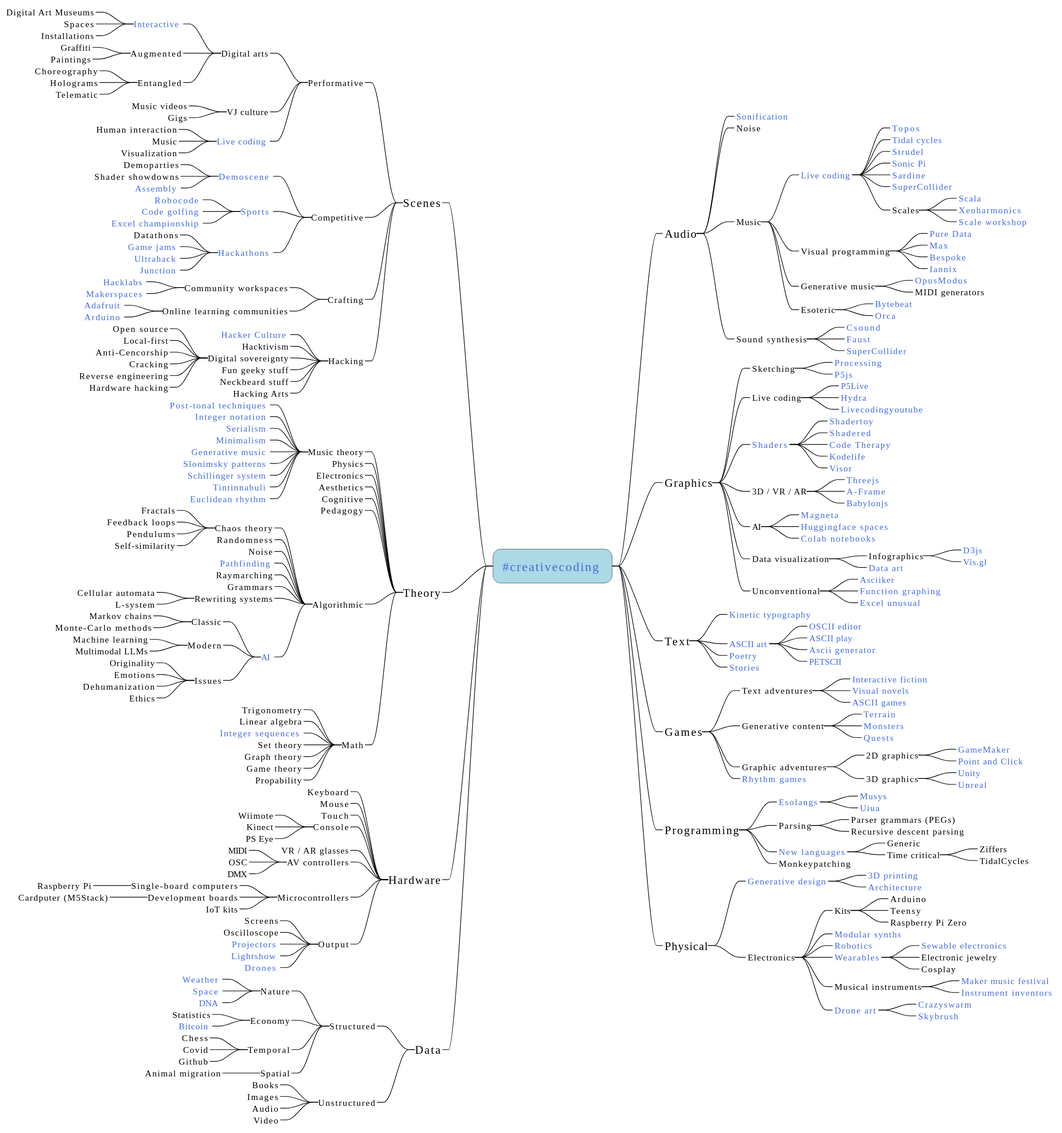
This is out/mindmap/mindmap.svg from amiika/creativecodingmindmap, a PlantUML export, as it was before one commit. Its diagram source:
```plantuml
@startmindmap
<style>
mindmapDiagram
{
  node {
    Margin 25
    Padding 15
    LineThickness 0.5
    FontName Consolas
  }
  node {
    :depth(0) {
      FontSize 20
    }
    :depth(1) {
      FontSize 18
    }
  }
  boxless {
    Margin 15
    FontColor Black
  }
  arrow {
    Maring 100
    LineStyle 0
    LineThickness 1.0
    LineColor Black
  }
  .center {
    HyperlinkColor RoyalBlue
    BackgroundColor lightblue
    HyperlinkUnderlineThickness 0
    HyperlinkUnderline false
  }
  .link {
    Padding 15
    HyperlinkColor RoyalBlue
    HyperlinkUnderlineThickness 0
    HyperlinkUnderline false
  }
}
</style>

skinparam svgLinkTarget _blank

* [[https://github.com/terkelg/awesome-creative-coding #creativecoding]] <<center>>

**_ Audio
***_ [[https://sonification.design/ Sonification]] <<link>>
***_ Noise
***_ Music
****_ [[https://livecodingbook.toplap.org Live coding]] <<link>>
*****_ [[https://topos.live Topos]] <<link>>
*****_ [[https://tidalcycles.org/ Tidal cycles]] <<link>>
*****_ [[https://strudel.tidalcycles.org/ Strudel]] <<link>>
*****_ [[https://sonic-pi.net/ Sonic Pi]] <<link>>
*****_ [[https://sardine.raphaelforment.fr/ Sardine]] <<link>>
*****_ [[https://supercollider.github.io/ SuperCollider]] <<link>>
*****_ Scales
******_ [[https://www.huygens-fokker.org/scala/ Scala]] <<link>>
******_ [[https://en.xen.wiki/w/Main_Page Xenharmonics]] <<link>>
******_ [[https://scaleworkshop.plainsound.org Scale workshop]] <<link>>
****_ Visual programming
*****_ [[https://puredata.info/ Pure Data]] <<link>>
*****_ [[https://cycling74.com/products/max Max]] <<link>>
*****_ [[https://www.bespokesynth.com/ Bespoke]] <<link>>
*****_ [[https://www.iannix.org/en/whatisiannix/ Iannix]] <<link>>
****_ Generative music
*****_ [[https://opusmodus.com/ OpusModus]] <<link>>
*****_ MIDI generators
****_ Esoteric
*****_ [[https://dollchan.net/bytebeat/ Bytebeat]] <<link>>
*****_ [[https://hundredrabbits.itch.io/orca Orca]] <<link>>

***_ Sound synthesis
****_ [[https://csound.com/ Csound]] <<link>>
****_ [[https://faust.grame.fr/ Faust]] <<link>>
****_ [[https://supercollider.github.io/ SuperCollider]] <<link>>

**_ Graphics
***_ Sketching
****_ [[https://processing.org/ Processing]] <<link>>
****_ [[https://p5js.org/ P5js]] <<link>>
***_ Live coding
****_ [[https://teddavis.org/p5live P5Live]] <<link>>
****_ [[https://hydra.ojack.xyz/ Hydra]] <<link>>
****_ [[https://livecodingyoutube.github.io Livecodingyoutube]] <<link>>
***_ [[https://thebookofshaders.com/{What are shaders?} Shaders]] <<link>>
****_ [[https://www.shadertoy.com/ Shadertoy]] <<link>>
****_ [[https://shadered.org/ Shadered]] <<link>>
****_ [[https://thecodetherapy.com/ Code Therapy]] <<link>>
****_ [[https://hexler.net/kodelife Kodelife]] <<link>>
****_ [[https://www.visor.live/ Visor]] <<link>>
***_ 3D / VR / AR
****_ [[https://threejs.org/ Threejs]] <<link>>
****_ [[https://aframe.io/ A-Frame]] <<link>>
****_ [[https://playground.babylonjs.com/ Babylonjs]] <<link>>
***_ AI
****_ [[https://magenta.tensorflow.org/demos Magneta]] <<link>>
****_ [[https://huggingface.co/spaces/ Huggingface spaces]] <<link>>
****_ [[https://github.com/amrzv/awesome-colab-notebooks Colab notebooks]] <<link>>

***_  Data visualization
****_ Infographics
*****_ [[https://d3js.org/ D3js]] <<link>>
*****_ [[https://vis.gl/frameworks Vis.gl]] <<link>>
****_ [[https://www.ted.com/playlists/201/art_from_data Data art]] <<link>>
***_ Unconventional
****_ [[https://asciicker.com/ Asciiker]] <<link>>
****_ [[https://github.com/harry7557558/spirula Function graphing]] <<link>>
****_ [[https://excelunusual.com/ Excel unusual]] <<link>>

**_ Text
***_ [[https://timrodenbroeker.de/processing-tutorial-kinetic-typography-1 Kinetic typography]] <<link>>
***_ [[https://github.com/khrome/ascii-art-docs/blob/master/History.md ASCII art]] <<link>>
****_ [[https://gitlab.com/adelfaure/oscii OSCII editor]] <<link>>
****_ [[https://play.ertdfgcvb.xyz/ ASCII play]] <<link>>
****_ [[https://github.com/JuliaPoo/AsciiArtist Ascii generator]] <<link>>
****_ [[https://github.com/nurpax/petmate PETSCII]] <<link>>
***_ [[https://github.com/coreybobco/generativepoetry-py Poetry]] <<link>>
***_ [[https://nanogenmo.github.io/ Stories]] <<link>>

**_ Games
***_ Text adventures
****_ [[https://github.com/tajmone/awesome-interactive-fiction Interactive fiction]] <<link>>
****_ [[https://www.renpy.org/ Visual novels]] <<link>>
****_ [[https://adelfaure.net/games/ ASCII games]] <<link>>

***_ Generative content
****_ [[https://urn.fi/URN:NBN:fi:tuni-202304234159 Terrain]] <<link>>
****_ [[https://www.kylehuang.design/monstergan Monsters]] <<link>>
****_ [[https://github.com/gknappattack/DRAGN-Town-Quests Quests]] <<link>>
***_ Graphic adventures
****_ 2D graphics
*****_ [[https://gamemaker.io/en GameMaker]] <<link>>
*****_ [[https://github.com/topics/point-and-click Point and Click]] <<link>>
****_ 3D graphics
*****_ [[https://unity.com/ Unity]] <<link>>
*****_ [[https://www.unrealengine.com/en-US Unreal]] <<link>>
***_ [[https://github.com/topics/rhythm-game Rhythm games]] <<link>>

**_ Programming
***_ [[https://esolangs.org/wiki/Main_Page Esolangs]] <<link>>
****_ [[https://esolangs.org/wiki/MUSYS Musys]] <<link>>
****_ [[https://www.uiua.org Uiua]] <<link>>
***_ Parsing
****_ Parser grammars (PEGs)
****_ Recursive descent parsing
***_ [[https://eloquentjavascript.net/12_language.html New languages]] <<link>>
****_ Generic
****_ Time critical
*****_ Ziffers
*****_ TidalCycles
***_ Monkeypatching

**_ Physical
***_ [[https://github.com/topics/generative-design Generative design]] <<link>>
****_ [[https://xyzdims.com/2023/02/09/3d-printing-parametric-generative-3d-infill-geometries/ 3D printing]] <<link>>
****_ [[https://dynamobim.org/ Architecture]] <<link>>
***_ Electronics
****_ Kits
*****_ Arduino
*****_ Teensy
*****_ Raspberry Pi Zero
****_ [[https://github.com/topics/modular-synthesizers Modular synths]] <<link>>
****_ [[https://github.com/topics/robotics Robotics]] <<link>>
****_ [[https://github.com/topics/wearables Wearables]] <<link>>
*****_ [[https://learn.adafruit.com/lets-put-leds-in-things/sewable-circuits Sewable electronics]] <<link>>
*****_ Electronic jewelry
*****_ Cosplay
****_ Musical instruments
*****_ [[https://www.makermusicfestival.com/ Maker music festival]] <<link>>
*****_ [[https://instrumentinventors.org/ Instrument inventors]] <<link>>
****_ [[https://en.wikipedia.org/wiki/Drone_art Drone art]] <<link>>
*****_ [[https://crazyswarm.readthedocs.io/en/latest/ Crazyswarm]] <<link>>
*****_ [[https://skybrush.io/ Skybrush]] <<link>>

--_ Scenes

---_ Performative
----_ Digital arts
-----_ [[https://www.trendhunter.com/slideshow/interactive-art-installations Interactive]] <<link>>
------_ Digital Art Museums
------_ Spaces
------_ Installations
-----_ Augmented
------_ Graffiti
------_ Paintings
-----_ Entangled
------_ Choreography
------_ Holograms
------_ Telematic

----_ VJ culture
-----_ Music videos
-----_ Gigs


----_ [[https://github.com/toplap/awesome-livecoding Live coding]] <<link>>
-----_ Human interaction
-----_ Music
-----_ Visualization


---_ Competitive
----_ [[https://github.com/psykon/awesome-demoscene Demoscene]] <<link>>
-----_ Demoparties
-----_ Shader showdowns
-----_ [[https://assembly.org/en Assembly]] <<link>>
----_ [[https://github.com/lnishan/awesome-competitive-programming Sports]] <<link>>
-----_ [[https://robocode.sourceforge.io/ Robocode]] <<link>>
-----_ [[https://codegolf.stackexchange.com/ Code golfing]] <<link>>
-----_ [[https://www.fmworldcup.com/ Excel championship]] <<link>>
----_ [[https://hackathon.guide/ Hackathons]] <<link>>
-----_ Datathons
-----_ [[https://www.finnishgamejam.com/ Game jams]] <<link>>
-----_ [[https://ultrahack.org/ Ultrahack]] <<link>>
-----_ [[https://www.hackjunction.com/ Junction]] <<link>>

---_ Crafting
----_ Community workspaces
-----_ [[https://hacklab.fi/index_en.html Hacklabs]] <<link>>
-----_ [[https://directory.libraries.fi/services/room/pajamakerspace Makerspaces]] <<link>>
----_ Online learning communities
-----_ [[https://forums.adafruit.com/ Adafruit]] <<link>>
-----_ [[https://forum.arduino.cc/ Arduino]] <<link>>


---_ Hacking
----_ [[https://monoskop.org/Hacker_culture Hacker Culture]] <<link>>
----_ Hacktivism
----_ Digital sovereignty
-----_ Open source
-----_ Local-first
-----_ Anti-Cencorship
-----_ Cracking
-----_ Reverse engineering
-----_ Hardware hacking
----_ Fun geeky stuff
----_ Neckbeard stuff
----_ Hacking Arts




--_ Theory
---_ Music theory
----_ [[https://viva.pressbooks.pub/openmusictheory/part/20th-and-21st-century-techniques/ Post-tonal techniques]] <<link>>
----_ [[https://viva.pressbooks.pub/openmusictheory/chapter/intervals-in-integer-notation/ Integer notation]] <<link>>
----_ [[https://musictheory.pugetsound.edu/mt21c/Serialism.html Serialism]] <<link>>
----_ [[https://musictheory.pugetsound.edu/mt21c/Minimalism.html Minimalism]] <<link>>
----_ [[https://en.wikipedia.org/wiki/Generative_music Generative music]] <<link>>
----_ [[https://atchai.com/blog/2016-02-09-john-coltrane-nicolas-slonimsky-and-the-arduino-part-1/ Slonimsky patterns]] <<link>>
----_ [[https://en.wikipedia.org/wiki/Schillinger_system Schillinger system]] <<link>>
----_ [[https://en.wikipedia.org/wiki/Tintinnabuli Tintinnabuli]] <<link>>
----_ [[http://cgm.cs.mcgill.ca/~godfried/publications/banff.pdf Euclidean rhythm]] <<link>>


---_ Physics
---_ Electronics
---_ Aesthetics
---_ Cognitive
---_ Pedagogy


---_ Algorithmic
----_ Chaos theory
-----_ Fractals
-----_ Feedback loops
-----_ Pendulums
-----_ Self-similarity
----_ Randomness
----_ Noise
----_ [[https://en.m.wikipedia.org/wiki/A*_search_algorithm Pathfinding]] <<link>>
----_ Raymarching
----_ Grammars
----_ Rewriting systems
-----_ Cellular automata
-----_ L-system
----_ [[https://theresanaiforthat.com/ AI]] <<link>>
-----_ Classic
------_ Markov chains
------_ Monte-Carlo methods
-----_ Modern
------_ Machine learning
------_ Multimodal LLMs
-----_ Issues
------_ Originality
------_ Emotions
------_ Dehumanization
------_ Ethics


---_ Math
----_ Trigonometry
----_ Linear algebra
----_ [[https://oeis.org Integer sequences]] <<link>>
----_ Set theory
----_ Graph theory
----_ Game theory
----_ Propability


--_ Hardware
---_ Keyboard
---_ Mouse
---_ Touch
---_ Console
----_ Wiimote
----_ Kinect
----_ PS Eye
---_ VR / AR glasses
---_ AV controllers
----_ MIDI
----_ OSC
----_ DMX
---_ Microcontrollers
----_ Single-board computers
-----_ Raspberry Pi
----_ Development boards
-----_ Cardputer (M5Stack)
----_ IoT kits
---_ Output
----_ Screens
----_ Oscilloscope
----_ [[https://github.com/codingjoe/MusicBeam Projectors]] <<link>>
----_ [[https://github.com/topics/lightshow Lightshow]] <<link>>
----_ [[https://github.com/topics/drone Drones]] <<link>>

--_ Data
---_ Structured
----_ Nature
-----_ [[https://www.ableton.com/en/blog/sound-the-alarm-data-sonification-as-a-tool-for-climate-action/ Weather]] <<link>>
-----_ [[https://www.system-sounds.com/ Space]] <<link>>
-----_ [[https://en.wikipedia.org/wiki/Protein_music DNA]] <<link>>
----_ Economy
-----_ Statistics
-----_ [[https://www.bitlisten.com/ Bitcoin]] <<link>>
----_ Temporal
-----_ Chess
-----_ Covid
-----_ Github
----_ Spatial
-----_ Animal migration
---_ Unstructured
----_ Books
----_ Images
----_ Audio
----_ Video
@endmindmap
```
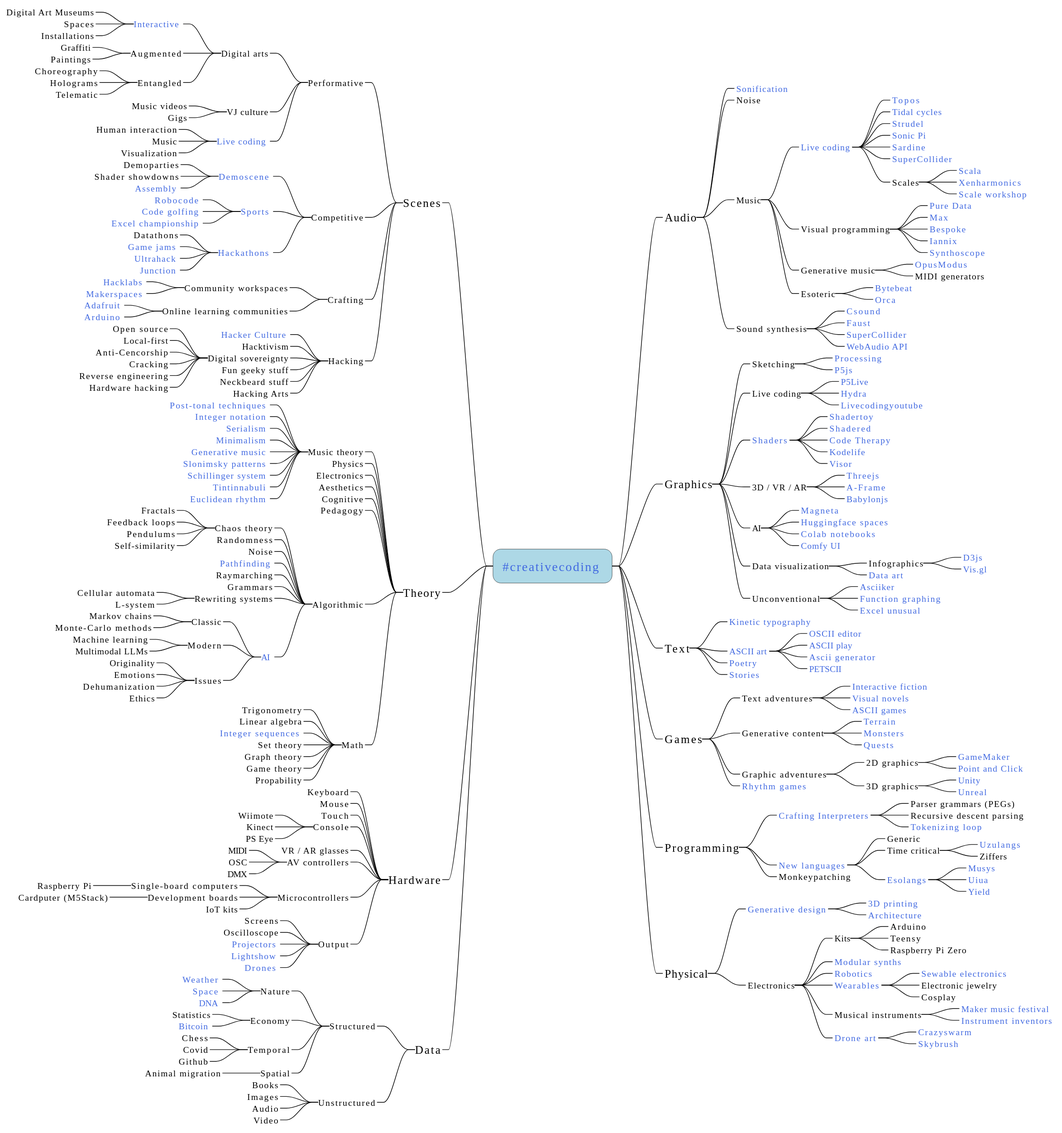
The same file after the commit.

Diff of the diagram source:
```diff
@@ -60,14 +60,18 @@
 ******_ [[https://www.huygens-fokker.org/scala/ Scala]] <<link>>
 ******_ [[https://en.xen.wiki/w/Main_Page Xenharmonics]] <<link>>
 ******_ [[https://scaleworkshop.plainsound.org Scale workshop]] <<link>>
+
 ****_ Visual programming
 *****_ [[https://puredata.info/ Pure Data]] <<link>>
 *****_ [[https://cycling74.com/products/max Max]] <<link>>
 *****_ [[https://www.bespokesynth.com/ Bespoke]] <<link>>
 *****_ [[https://www.iannix.org/en/whatisiannix/ Iannix]] <<link>>
+*****_ [[https://www.synthoscope.com Synthoscope]] <<link>>
+
 ****_ Generative music
 *****_ [[https://opusmodus.com/ OpusModus]] <<link>>
 *****_ MIDI generators
+
 ****_ Esoteric
 *****_ [[https://dollchan.net/bytebeat/ Bytebeat]] <<link>>
 *****_ [[https://hundredrabbits.itch.io/orca Orca]] <<link>>
@@ -76,6 +80,7 @@
 ****_ [[https://csound.com/ Csound]] <<link>>
 ****_ [[https://faust.grame.fr/ Faust]] <<link>>
 ****_ [[https://supercollider.github.io/ SuperCollider]] <<link>>
+****_ [[https://www.w3.org/TR/webaudio-1.1/ WebAudio API]] <<link>>
 
 **_ Graphics
 ***_ Sketching
@@ -99,6 +104,7 @@
 ****_ [[https://magenta.tensorflow.org/demos Magneta]] <<link>>
 ****_ [[https://huggingface.co/spaces/ Huggingface spaces]] <<link>>
 ****_ [[https://github.com/amrzv/awesome-colab-notebooks Colab notebooks]] <<link>>
+****_ [[https://github.com/comfyanonymous/ComfyUI Comfy UI]] <<link>>
 
 ***_  Data visualization
 ****_ Infographics
@@ -140,17 +146,19 @@
 ***_ [[https://github.com/topics/rhythm-game Rhythm games]] <<link>>
 
 **_ Programming
-***_ [[https://esolangs.org/wiki/Main_Page Esolangs]] <<link>>
-****_ [[https://esolangs.org/wiki/MUSYS Musys]] <<link>>
-****_ [[https://www.uiua.org Uiua]] <<link>>
-***_ Parsing
+***_ [[https://craftinginterpreters.com Crafting Interpreters]] <<link>>
 ****_ Parser grammars (PEGs)
 ****_ Recursive descent parsing
+****_ [[https://ratfactor.com/forth/the_programming_language_that_writes_itself.html Tokenizing loop]] <<link>>
 ***_ [[https://eloquentjavascript.net/12_language.html New languages]] <<link>>
 ****_ Generic
 ****_ Time critical
+*****_ [[https://uzu.lurk.org/ Uzulangs]] <<link>>
 *****_ Ziffers
-*****_ TidalCycles
+****_ [[https://esolangs.org/wiki/Main_Page Esolangs]] <<link>>
+*****_ [[https://esolangs.org/wiki/MUSYS Musys]] <<link>>
+*****_ [[https://www.uiua.org Uiua]] <<link>>
+*****_ [[https://amiika.github.io/yield/ Yield]] <<link>>
 ***_ Monkeypatching
 
 **_ Physical
```
